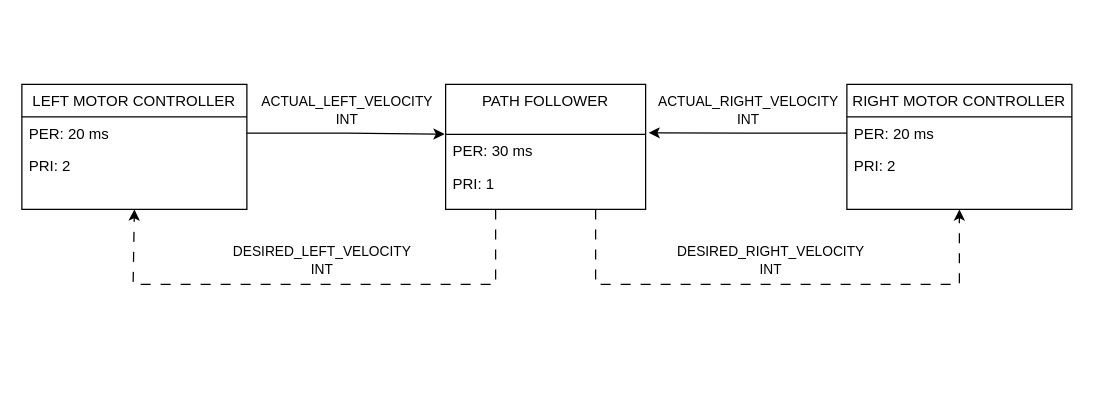
Above: Diagrams/ME405_Term_Project_Task_Diagram.drawio in kyleas/romi (draw.io), before the change. Source tidied: cells renumbered, new cells numbered last; positions are measured from the earlier drawing's top-left corner, leaving out a move shared by most shapes. Both pictures are drawn from the tidied source at 125%, with x=0, y=0 at pixel (21, 84).
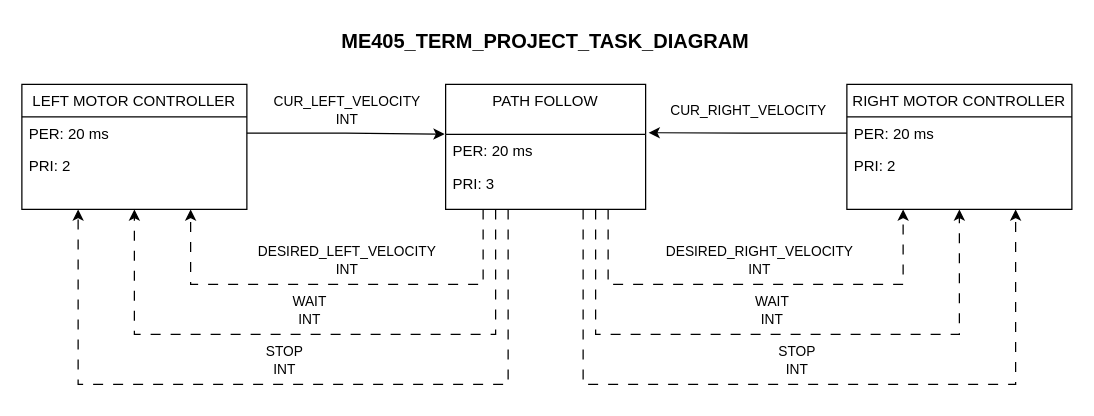
The same page after the edit.

Commit message (it also covers changes not shown here):
Diagrams for Term Project

Unchanged cells that the change refers to:
```xml
<mxCell id="7" style="edgeStyle=orthogonalEdgeStyle;rounded=0;jettySize=auto;html=1;exitX=1;exitY=0.5;exitDx=0;exitDy=0;entryX=-0.005;entryY=-0.008;entryDx=0;entryDy=0;entryPerimeter=0;" parent="1" edge="1" source="10" target="5">
  <mxGeometry relative="1" as="geometry">
    <Array as="points">
      <mxPoint x="259" y="39" />
      <mxPoint x="259" y="40" />
    </Array>
  </mxGeometry>
</mxCell>
<mxCell id="9" value="LEFT MOTOR CONTROLLER" style="swimlane;fontStyle=0;align=center;verticalAlign=top;horizontal=1;startSize=26;rounded=0;shadow=0;strokeWidth=1;" parent="1" vertex="1">
  <mxGeometry width="180" height="100" as="geometry" />
</mxCell>
<mxCell id="12" style="edgeStyle=orthogonalEdgeStyle;rounded=0;jettySize=auto;html=1;exitX=0;exitY=0.5;exitDx=0;exitDy=0;entryX=1.015;entryY=-0.051;entryDx=0;entryDy=0;entryPerimeter=0;" parent="1" edge="1" source="15" target="5">
  <mxGeometry relative="1" as="geometry" />
</mxCell>
<mxCell id="14" value="RIGHT MOTOR CONTROLLER" style="swimlane;fontStyle=0;align=center;verticalAlign=top;horizontal=1;startSize=26;rounded=0;shadow=0;strokeWidth=1;" parent="1" vertex="1">
  <mxGeometry x="660" width="180" height="100" as="geometry" />
</mxCell>
```

The edit, as a diff of the source:
```diff
@@
-    <mxCell id="2" style="edgeStyle=orthogonalEdgeStyle;rounded=0;jettySize=auto;html=1;exitX=0.75;exitY=1;exitDx=0;exitDy=0;entryX=0.5;entryY=1;entryDx=0;entryDy=0;dashed=1;dashPattern=8 8;" parent="1" edge="1" source="4" target="14">
+    <mxCell id="2" style="edgeStyle=orthogonalEdgeStyle;rounded=0;jettySize=auto;html=1;entryX=0.25;entryY=1;entryDx=0;entryDy=0;dashed=1;dashPattern=8 8;" parent="1" edge="1" target="14">
       <mxGeometry relative="1" as="geometry">
+        <mxPoint x="469" y="100" as="sourcePoint" />
         <Array as="points">
-          <mxPoint x="459" y="160" />
-          <mxPoint x="750" y="160" />
+          <mxPoint x="469" y="160" />
+          <mxPoint x="705" y="160" />
         </Array>
       </mxGeometry>
     </mxCell>
     <mxCell id="3" value="DESIRED_RIGHT_VELOCITY&lt;div&gt;INT&lt;br&gt;&lt;/div&gt;" style="edgeLabel;html=1;align=center;verticalAlign=middle;" parent="2" vertex="1">
       <mxGeometry x="0.54" y="-2" relative="1" as="geometry">
-        <mxPoint x="-117" y="-22" as="offset" />
+        <mxPoint x="-94" y="-22" as="offset" />
       </mxGeometry>
     </mxCell>
-    <mxCell id="4" value="PATH FOLLOWER" style="swimlane;fontStyle=0;align=center;verticalAlign=top;horizontal=1;startSize=40;rounded=0;shadow=0;strokeWidth=1;" parent="1" vertex="1">
+    <mxCell id="4" value="PATH FOLLOW" style="swimlane;fontStyle=0;align=center;verticalAlign=top;horizontal=1;startSize=40;rounded=0;shadow=0;strokeWidth=1;" parent="1" vertex="1">
       <mxGeometry x="339" width="160" height="100" as="geometry" />
     </mxCell>
-    <mxCell id="5" value="PER: 30 ms" style="text;align=left;verticalAlign=top;spacingLeft=4;spacingRight=4;overflow=hidden;points=[[0,0.5],[1,0.5]];portConstraint=eastwest;" parent="4" vertex="1">
+    <mxCell id="5" value="PER: 20 ms" style="text;align=left;verticalAlign=top;spacingLeft=4;spacingRight=4;overflow=hidden;points=[[0,0.5],[1,0.5]];portConstraint=eastwest;" parent="4" vertex="1">
       <mxGeometry y="40" width="160" height="26" as="geometry" />
     </mxCell>
-    <mxCell id="6" value="PRI: 1" style="text;align=left;verticalAlign=top;spacingLeft=4;spacingRight=4;overflow=hidden;rounded=0;shadow=0;html=0;" parent="4" vertex="1">
+    <mxCell id="6" value="PRI: 3" style="text;align=left;verticalAlign=top;spacingLeft=4;spacingRight=4;overflow=hidden;rounded=0;shadow=0;html=0;" parent="4" vertex="1">
       <mxGeometry y="66" width="160" height="26" as="geometry" />
     </mxCell>
@@
-    <mxCell id="8" value="ACTUAL_LEFT_VELOCITY&lt;div&gt;INT&lt;br&gt;&lt;/div&gt;" style="edgeLabel;html=1;align=center;verticalAlign=middle;" parent="7" vertex="1">
+    <mxCell id="8" value="CUR_LEFT_VELOCITY&lt;div&gt;INT&lt;br&gt;&lt;/div&gt;" style="edgeLabel;html=1;align=center;verticalAlign=middle;" parent="7" vertex="1">
       <mxGeometry x="-0.05" y="1" relative="1" as="geometry">
         <mxPoint x="4" y="-18" as="offset" />
       </mxGeometry>
     </mxCell>
@@
-    <mxCell id="13" value="ACTUAL_RIGHT_VELOCITY&lt;br&gt;INT" style="edgeLabel;html=1;align=center;verticalAlign=middle;" parent="12" vertex="1">
+    <mxCell id="13" value="CUR_RIGHT_VELOCITY" style="edgeLabel;html=1;align=center;verticalAlign=middle;" parent="12" vertex="1">
       <mxGeometry x="-0.03" y="2" relative="1" as="geometry">
         <mxPoint x="-3" y="-21" as="offset" />
       </mxGeometry>
     </mxCell>
@@
-    <mxCell id="17" style="endArrow=classic;html=1;rounded=0;entryX=0.5;entryY=1;entryDx=0;entryDy=0;exitX=0.25;exitY=1;exitDx=0;exitDy=0;dashed=1;dashPattern=8 8;" parent="1" edge="1" source="4" target="9">
+    <mxCell id="17" style="endArrow=classic;html=1;rounded=0;entryX=0.75;entryY=1;entryDx=0;entryDy=0;dashed=1;dashPattern=8 8;" parent="1" edge="1" target="9">
       <mxGeometry relative="1" as="geometry">
+        <mxPoint x="369" y="100" as="sourcePoint" />
         <Array as="points">
-          <mxPoint x="379" y="160" />
-          <mxPoint x="89" y="160" />
+          <mxPoint x="369" y="160" />
+          <mxPoint x="135" y="160" />
         </Array>
       </mxGeometry>
     </mxCell>
     <mxCell id="18" value="DESIRED_LEFT_VELOCITY&lt;div&gt;INT&lt;br&gt;&lt;/div&gt;" style="edgeLabel;html=1;align=center;verticalAlign=middle;" parent="1" vertex="1">
-      <mxGeometry x="239" y="140" as="geometry" />
+      <mxGeometry x="259" y="140" as="geometry" />
     </mxCell>
+    <mxCell id="19" style="endArrow=classic;html=1;rounded=0;dashed=1;dashPattern=8 8;entryX=0.5;entryY=1;entryDx=0;entryDy=0;exitX=0.25;exitY=1;exitDx=0;exitDy=0;" parent="1" edge="1" source="4" target="9">
+      <mxGeometry relative="1" as="geometry">
+        <Array as="points">
+          <mxPoint x="379" y="200" />
+          <mxPoint x="249" y="200" />
+          <mxPoint x="90" y="200" />
+        </Array>
+      </mxGeometry>
+    </mxCell>
+    <mxCell id="20" value="WAIT&lt;div&gt;INT&lt;br&gt;&lt;/div&gt;" style="edgeLabel;html=1;align=center;verticalAlign=middle;" parent="1" vertex="1">
+      <mxGeometry x="229" y="180" as="geometry" />
+    </mxCell>
+    <mxCell id="21" style="endArrow=classic;html=1;rounded=0;dashed=1;dashPattern=8 8;entryX=0.25;entryY=1;entryDx=0;entryDy=0;" parent="1" edge="1" target="9">
+      <mxGeometry relative="1" as="geometry">
+        <mxPoint x="389" y="100" as="sourcePoint" />
+        <Array as="points">
+          <mxPoint x="389" y="240" />
+          <mxPoint x="249" y="240" />
+          <mxPoint x="45" y="240" />
+        </Array>
+      </mxGeometry>
+    </mxCell>
+    <mxCell id="22" value="STOP&lt;div&gt;INT&lt;br&gt;&lt;/div&gt;" style="edgeLabel;html=1;align=center;verticalAlign=middle;" parent="1" vertex="1">
+      <mxGeometry x="209" y="220" as="geometry" />
+    </mxCell>
+    <mxCell id="23" value="WAIT&lt;div&gt;INT&lt;br&gt;&lt;/div&gt;" style="edgeLabel;html=1;align=center;verticalAlign=middle;" parent="1" vertex="1">
+      <mxGeometry x="599" y="180" as="geometry" />
+    </mxCell>
+    <mxCell id="24" value="STOP&lt;div&gt;INT&lt;br&gt;&lt;/div&gt;" style="edgeLabel;html=1;align=center;verticalAlign=middle;" parent="1" vertex="1">
+      <mxGeometry x="619" y="220" as="geometry" />
+    </mxCell>
+    <mxCell id="25" style="endArrow=classic;html=1;rounded=0;dashed=1;dashPattern=8 8;exitX=0.75;exitY=1;exitDx=0;exitDy=0;entryX=0.5;entryY=1;entryDx=0;entryDy=0;" parent="1" edge="1" source="4" target="14">
+      <mxGeometry relative="1" as="geometry">
+        <Array as="points">
+          <mxPoint x="459" y="200" />
+          <mxPoint x="750" y="200" />
+        </Array>
+      </mxGeometry>
+    </mxCell>
+    <mxCell id="26" style="endArrow=classic;html=1;rounded=0;dashed=1;dashPattern=8 8;entryX=0.75;entryY=1;entryDx=0;entryDy=0;" parent="1" edge="1" target="14">
+      <mxGeometry relative="1" as="geometry">
+        <mxPoint x="449" y="100" as="sourcePoint" />
+        <Array as="points">
+          <mxPoint x="449" y="240" />
+          <mxPoint x="795" y="240" />
+        </Array>
+      </mxGeometry>
+    </mxCell>
+    <mxCell id="27" value="&lt;font style=&quot;font-size: 16px;&quot;&gt;&lt;b&gt;ME405_TERM_PROJECT_TASK_DIAGRAM&lt;/b&gt;&lt;/font&gt;" style="text;html=1;align=center;verticalAlign=middle;whiteSpace=wrap;rounded=0;" parent="1" vertex="1">
+      <mxGeometry x="249" y="-50" width="340" height="30" as="geometry" />
+    </mxCell>
```
